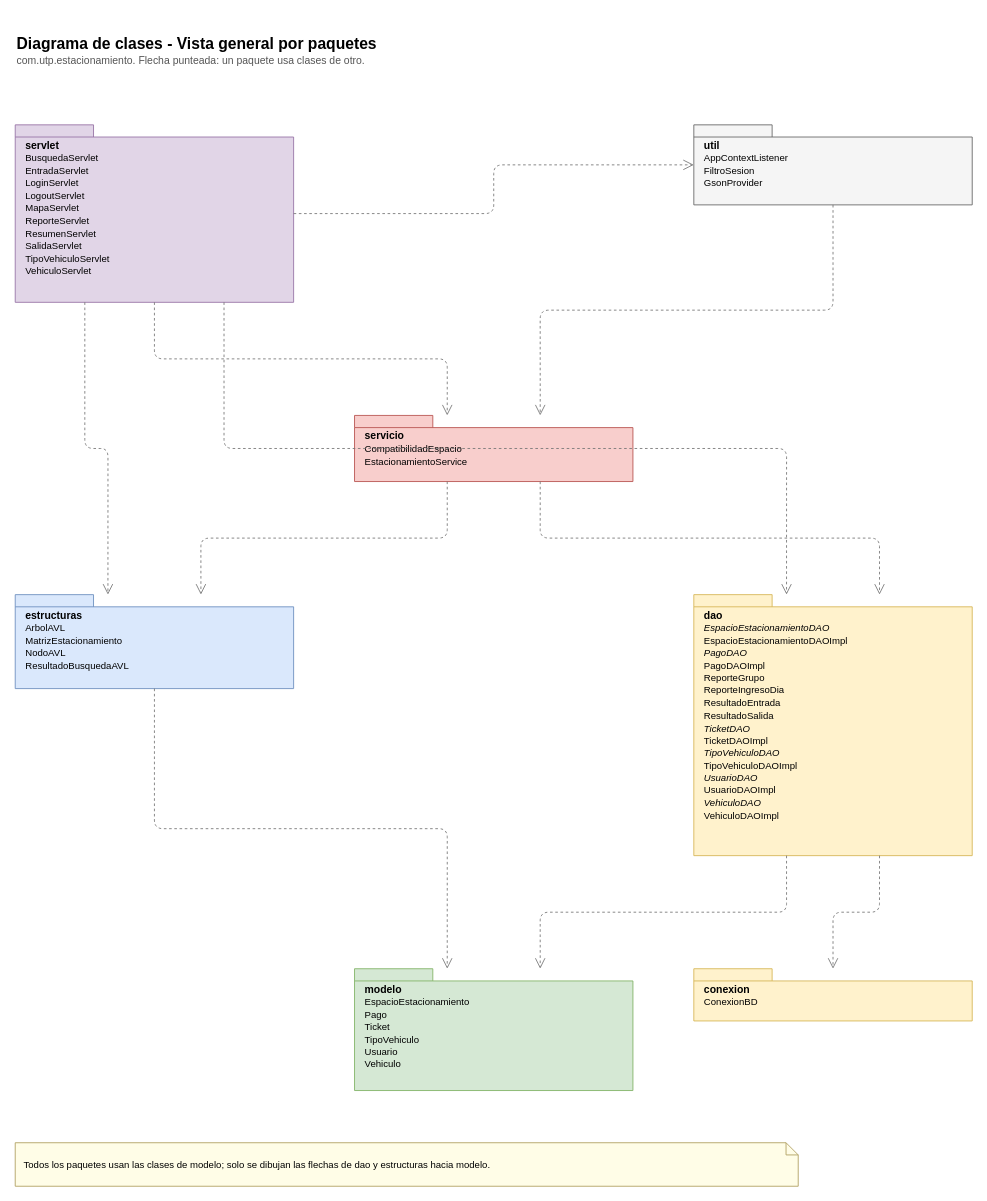
Before: page "1. Vista general" (1 of 5) of docs/entregables/diagrama-clases.drawio in bryanG0D/Algoritmo-y-estructura-de-datos, a draw.io diagram. Source tidied: cells renumbered, new cells numbered last; positions are measured from the earlier drawing's top-left corner, leaving out a move shared by most shapes. Both pictures are drawn from the tidied source at 87%, with x=0, y=0 at pixel (15, 29).
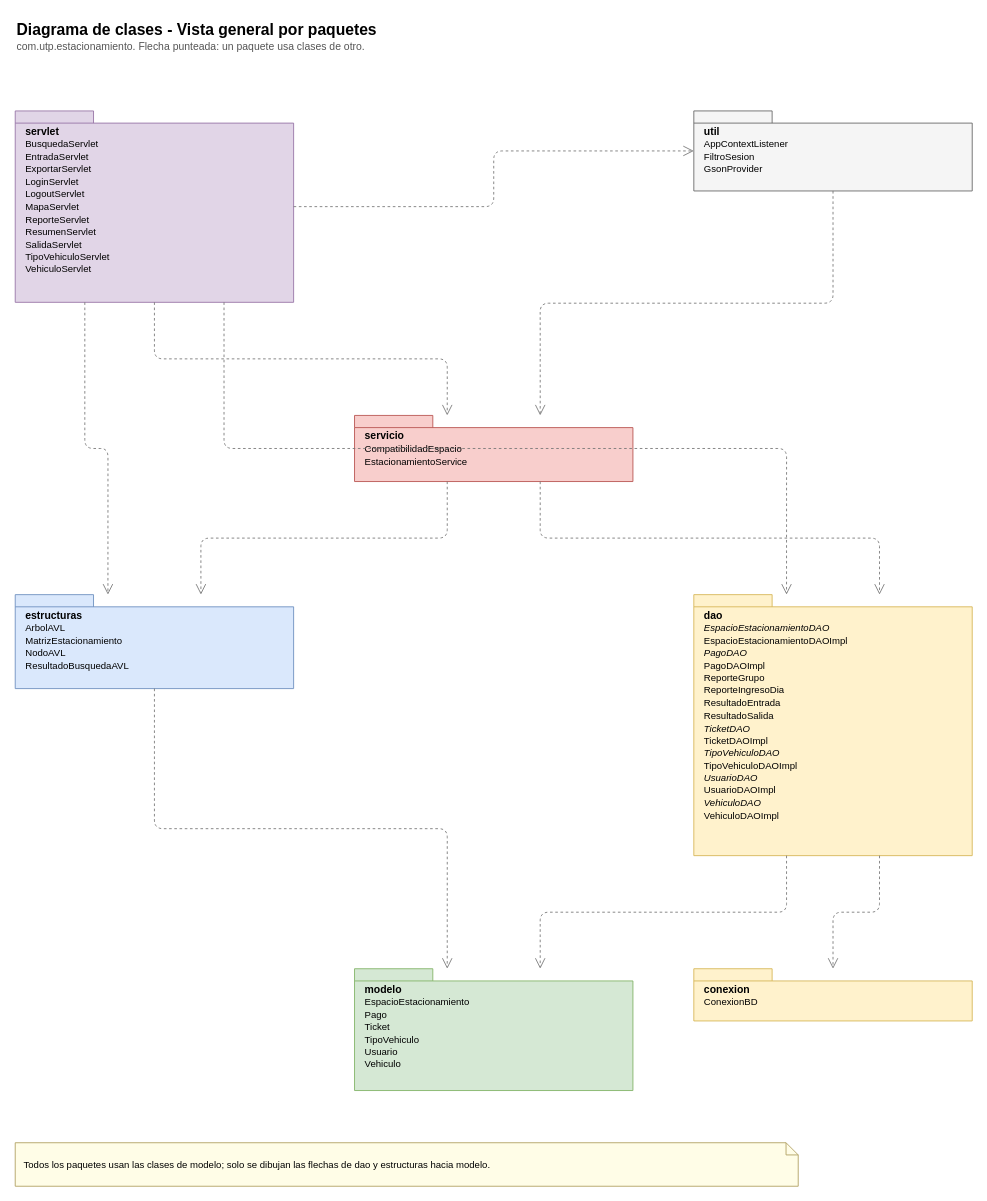
After the change.

What changed in the source:
```diff
@@
     <mxCell id="2" value="&lt;b style=&quot;font-size:18px&quot;&gt;Diagrama de clases - Vista general por paquetes&lt;/b&gt;&lt;br&gt;&lt;span style=&quot;font-size:12px;color:#555&quot;&gt;com.utp.estacionamiento. Flecha punteada: un paquete usa clases de otro.&lt;/span&gt;" style="text;html=1;align=left;verticalAlign=top;whiteSpace=wrap;" parent="1" vertex="1">
-      <mxGeometry width="1100" height="60" as="geometry" />
+      <mxGeometry y="-16" width="1100" height="60" as="geometry" />
     </mxCell>
-    <mxCell id="3" value="&lt;b&gt;servlet&lt;/b&gt;&lt;br&gt;&lt;font style=&quot;font-size:11px&quot;&gt;BusquedaServlet&lt;br&gt;EntradaServlet&lt;br&gt;LoginServlet&lt;br&gt;LogoutServlet&lt;br&gt;MapaServlet&lt;br&gt;ReporteServlet&lt;br&gt;ResumenServlet&lt;br&gt;SalidaServlet&lt;br&gt;TipoVehiculoServlet&lt;br&gt;VehiculoServlet&lt;/font&gt;" style="shape=folder;fontStyle=0;spacingTop=10;tabWidth=90;tabHeight=14;tabPosition=left;html=1;whiteSpace=wrap;align=left;verticalAlign=top;spacingLeft=10;fillColor=#e1d5e7;strokeColor=#9673a6;" parent="1" vertex="1">
-      <mxGeometry y="110" width="320" height="204" as="geometry" />
+    <mxCell id="3" value="&lt;b&gt;servlet&lt;/b&gt;&lt;br&gt;&lt;font style=&quot;font-size:11px&quot;&gt;BusquedaServlet&lt;br&gt;EntradaServlet&lt;br&gt;ExportarServlet&lt;br&gt;LoginServlet&lt;br&gt;LogoutServlet&lt;br&gt;MapaServlet&lt;br&gt;ReporteServlet&lt;br&gt;ResumenServlet&lt;br&gt;SalidaServlet&lt;br&gt;TipoVehiculoServlet&lt;br&gt;VehiculoServlet&lt;/font&gt;" style="shape=folder;fontStyle=0;spacingTop=10;tabWidth=90;tabHeight=14;tabPosition=left;html=1;whiteSpace=wrap;align=left;verticalAlign=top;spacingLeft=10;fillColor=#e1d5e7;strokeColor=#9673a6;" parent="1" vertex="1">
+      <mxGeometry y="94" width="320" height="220" as="geometry" />
     </mxCell>
     <mxCell id="4" value="&lt;b&gt;util&lt;/b&gt;&lt;br&gt;&lt;font style=&quot;font-size:11px&quot;&gt;AppContextListener&lt;br&gt;FiltroSesion&lt;br&gt;GsonProvider&lt;/font&gt;" style="shape=folder;fontStyle=0;spacingTop=10;tabWidth=90;tabHeight=14;tabPosition=left;html=1;whiteSpace=wrap;align=left;verticalAlign=top;spacingLeft=10;fillColor=#f5f5f5;strokeColor=#666666;" parent="1" vertex="1">
-      <mxGeometry x="780" y="110" width="320" height="92" as="geometry" />
+      <mxGeometry x="780" y="94" width="320" height="92" as="geometry" />
     </mxCell>
```
